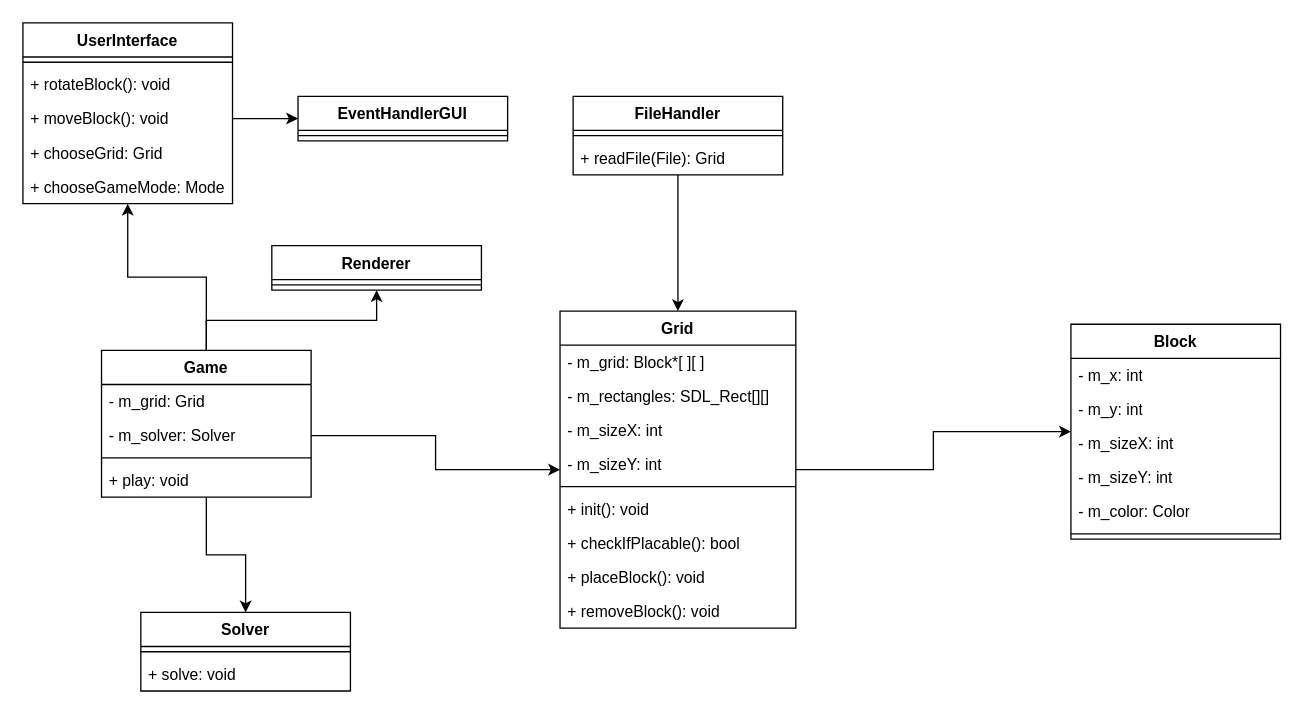
Earlier version of the draw.io diagram KlassenDiagramm.drawio (lanzaco/MondrianBlocks). Source tidied: cells renumbered, new cells numbered last; positions are measured from the earlier drawing's top-left corner, leaving out a move shared by most shapes. Both pictures are drawn from the tidied source at 131%, with x=0, y=0 at pixel (22, 22).
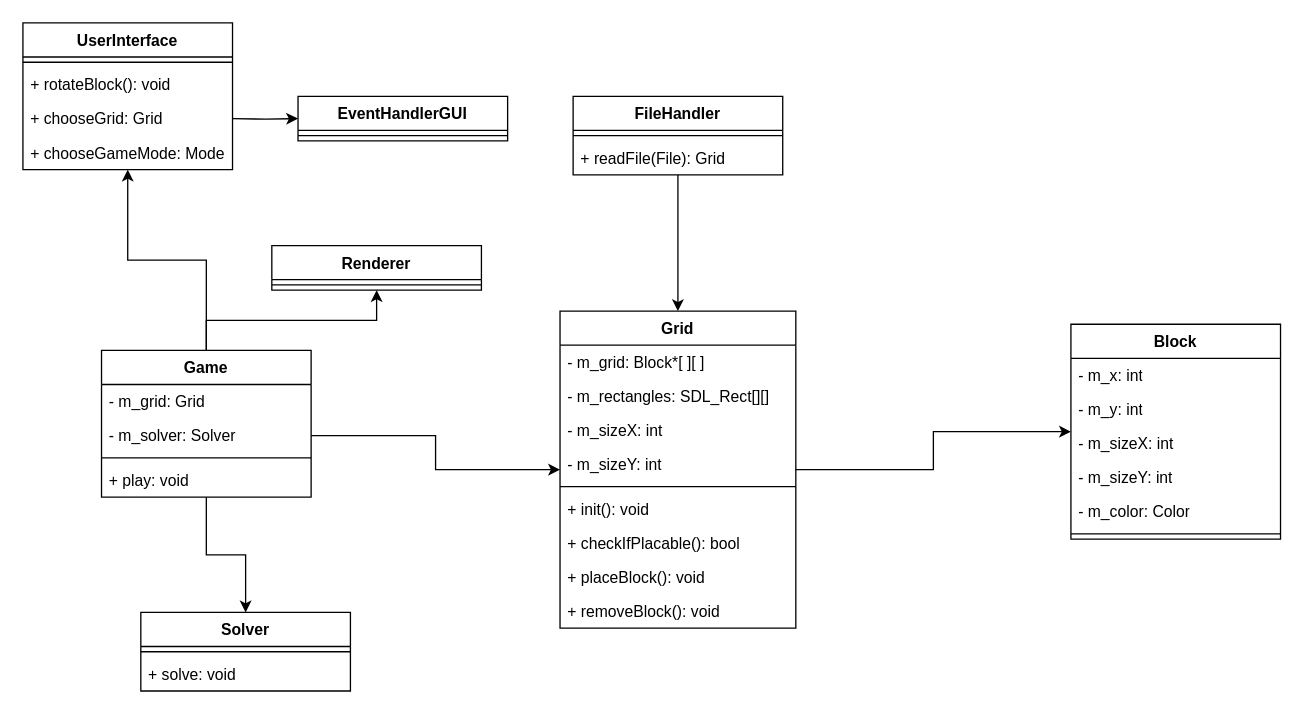
Above is the later version.

The change refers to these unchanged cells:
```xml
<mxCell id="41" value="EventHandlerGUI" style="swimlane;fontStyle=1;align=center;verticalAlign=top;horizontal=1;startSize=26;whiteSpace=wrap;html=1;" parent="1" vertex="1">
  <mxGeometry x="210" y="56" width="160" height="34" as="geometry" />
</mxCell>
```

The edit, as a diff of the source:
```diff
@@
     <mxCell id="31" value="UserInterface" style="swimlane;fontStyle=1;align=center;verticalAlign=top;horizontal=1;startSize=26;whiteSpace=wrap;html=1;" parent="1" vertex="1">
-      <mxGeometry width="160" height="138" as="geometry" />
+      <mxGeometry width="160" height="112" as="geometry" />
     </mxCell>
@@
-    <mxCell id="34" value="+ moveBlock(): void" style="text;strokeColor=none;fillColor=none;align=left;verticalAlign=top;spacingLeft=4;spacingRight=4;overflow=hidden;points=[[0,0.5],[1,0.5]];portConstraint=eastwest;whiteSpace=wrap;html=1;" parent="31" vertex="1">
-      <mxGeometry y="60" width="160" height="26" as="geometry" />
-    </mxCell>
     <mxCell id="35" value="+ chooseGrid: Grid" style="text;strokeColor=none;fillColor=none;align=left;verticalAlign=top;spacingLeft=4;spacingRight=4;overflow=hidden;whiteSpace=wrap;html=1;" parent="31" vertex="1">
-      <mxGeometry y="86" width="160" height="26" as="geometry" />
+      <mxGeometry y="60" width="160" height="26" as="geometry" />
     </mxCell>
     <mxCell id="36" value="+ chooseGameMode: Mode" style="text;strokeColor=none;fillColor=none;align=left;verticalAlign=top;spacingLeft=4;spacingRight=4;overflow=hidden;whiteSpace=wrap;html=1;" parent="31" vertex="1">
-      <mxGeometry y="112" width="160" height="26" as="geometry" />
+      <mxGeometry y="86" width="160" height="26" as="geometry" />
     </mxCell>
@@
-    <mxCell id="45" style="edgeStyle=orthogonalEdgeStyle;rounded=0;jettySize=auto;html=1;entryX=0;entryY=0.5;entryDx=0;entryDy=0;" parent="1" edge="1" source="34" target="41">
-      <mxGeometry relative="1" as="geometry" />
+    <mxCell id="45" style="edgeStyle=orthogonalEdgeStyle;rounded=0;jettySize=auto;html=1;entryX=0;entryY=0.5;entryDx=0;entryDy=0;" parent="1" edge="1" target="41">
+      <mxGeometry relative="1" as="geometry">
+        <mxPoint x="160" y="73" as="sourcePoint" />
+      </mxGeometry>
     </mxCell>
```
